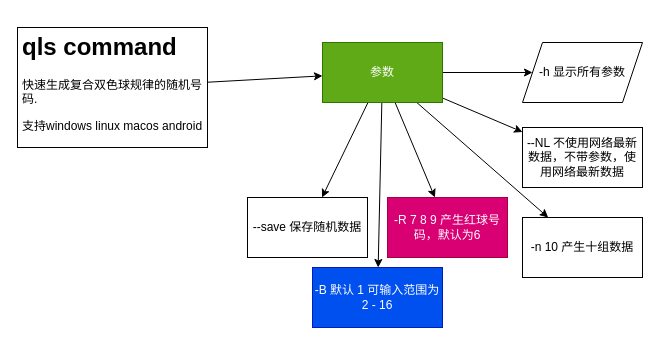
The draw.io diagram minde.drawio in JogFeelingVI/JackpotMaximizer, before the edit. Source tidied: cells renumbered, new cells numbered last; positions are measured from the earlier drawing's top-left corner, leaving out a move shared by most shapes. Both pictures are drawn from the tidied source at 100%, with x=0, y=0 at pixel (17, 27).
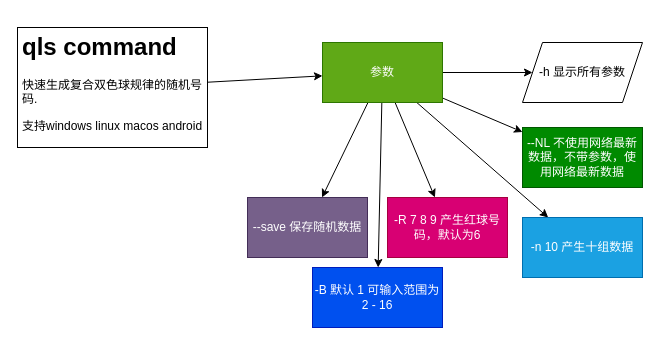
The same page after the edit.

Change to the diagram source:
```diff
@@
 <mxGraphModel>
   <root>
     <mxCell id="0" />
     <mxCell id="1" parent="0" />
     <mxCell id="2" style="edgeStyle=none;html=1;" parent="1" edge="1" source="3" target="10">
       <mxGeometry relative="1" as="geometry" />
     </mxCell>
     <mxCell id="3" value="&lt;h1&gt;qls command&lt;/h1&gt;&lt;p&gt;快速生成复合双色球规律的随机号码.&amp;nbsp;&lt;/p&gt;&lt;p&gt;支持windows linux macos android&lt;/p&gt;" style="text;html=1;spacing=5;spacingTop=-20;whiteSpace=wrap;overflow=hidden;rounded=0;strokeColor=default;" parent="1" vertex="1">
       <mxGeometry width="190" height="120" as="geometry" />
     </mxCell>
     <mxCell id="4" style="edgeStyle=none;html=1;" parent="1" edge="1" source="10" target="11">
       <mxGeometry relative="1" as="geometry" />
     </mxCell>
     <mxCell id="5" style="edgeStyle=none;html=1;" parent="1" edge="1" source="10" target="12">
       <mxGeometry relative="1" as="geometry" />
     </mxCell>
     <mxCell id="6" style="edgeStyle=none;html=1;" parent="1" edge="1" source="10" target="13">
       <mxGeometry relative="1" as="geometry" />
     </mxCell>
     <mxCell id="7" style="edgeStyle=none;html=1;" parent="1" edge="1" source="10" target="14">
       <mxGeometry relative="1" as="geometry" />
     </mxCell>
     <mxCell id="8" style="edgeStyle=none;html=1;" parent="1" edge="1" source="10" target="15">
       <mxGeometry relative="1" as="geometry" />
     </mxCell>
     <mxCell id="9" style="edgeStyle=none;html=1;" parent="1" edge="1" source="10" target="16">
       <mxGeometry relative="1" as="geometry" />
     </mxCell>
     <mxCell id="10" value="参数" style="whiteSpace=wrap;html=1;fillColor=#60a917;fontColor=#ffffff;strokeColor=#2D7600;" parent="1" vertex="1">
       <mxGeometry x="305" y="15" width="120" height="60" as="geometry" />
     </mxCell>
     <mxCell id="11" value="-h 显示所有参数" style="shape=parallelogram;perimeter=parallelogramPerimeter;whiteSpace=wrap;html=1;fixedSize=1;" parent="1" vertex="1">
       <mxGeometry x="505" y="15" width="120" height="60" as="geometry" />
     </mxCell>
-    <mxCell id="12" value="--NL 不使用网络最新数据，不带参数，使用网络最新数据" style="whiteSpace=wrap;html=1;" parent="1" vertex="1">
+    <mxCell id="12" value="--NL 不使用网络最新数据，不带参数，使用网络最新数据" style="whiteSpace=wrap;html=1;fillColor=#008a00;fontColor=#ffffff;strokeColor=#005700;" parent="1" vertex="1">
       <mxGeometry x="505" y="100" width="120" height="60" as="geometry" />
     </mxCell>
-    <mxCell id="13" value="-n 10 产生十组数据" style="whiteSpace=wrap;html=1;" parent="1" vertex="1">
+    <mxCell id="13" value="-n 10 产生十组数据" style="whiteSpace=wrap;html=1;fillColor=#1ba1e2;fontColor=#ffffff;strokeColor=#006EAF;" parent="1" vertex="1">
       <mxGeometry x="505" y="190" width="120" height="60" as="geometry" />
     </mxCell>
     <mxCell id="14" value="-R 7 8 9 产生红球号码，默认为6" style="whiteSpace=wrap;html=1;fillColor=#d80073;fontColor=#ffffff;strokeColor=#A50040;" parent="1" vertex="1">
       <mxGeometry x="370" y="170" width="120" height="60" as="geometry" />
     </mxCell>
     <mxCell id="15" value="-B 默认 1 可输入范围为 2 - 16" style="whiteSpace=wrap;html=1;fillColor=#0050ef;fontColor=#ffffff;strokeColor=#001DBC;" parent="1" vertex="1">
       <mxGeometry x="295" y="240" width="130" height="60" as="geometry" />
     </mxCell>
-    <mxCell id="16" value="--save 保存随机数据" style="whiteSpace=wrap;html=1;" parent="1" vertex="1">
+    <mxCell id="16" value="--save 保存随机数据" style="whiteSpace=wrap;html=1;fillColor=#76608a;fontColor=#ffffff;strokeColor=#432D57;" parent="1" vertex="1">
       <mxGeometry x="230" y="170" width="120" height="60" as="geometry" />
     </mxCell>
   </root>
 </mxGraphModel>
```
